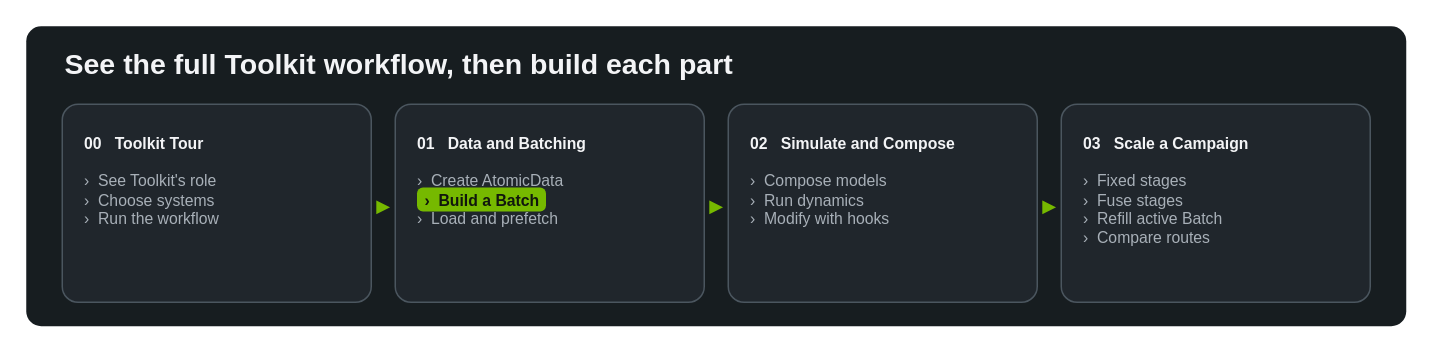
openhackathons-org/ALCHEMI-Bootcamp keeps this draw.io diagram as page "Module 01 Batch" (3 of 11) of notebooks/00-core-playbook/assets/course-roadmap-core.drawio. Above is the earlier version. Source tidied: cells renumbered, new cells numbered last; positions are measured from the earlier drawing's top-left corner, leaving out a move shared by most shapes. Both pictures are drawn from the tidied source at 150%, with x=0, y=0 at pixel (26, 26).
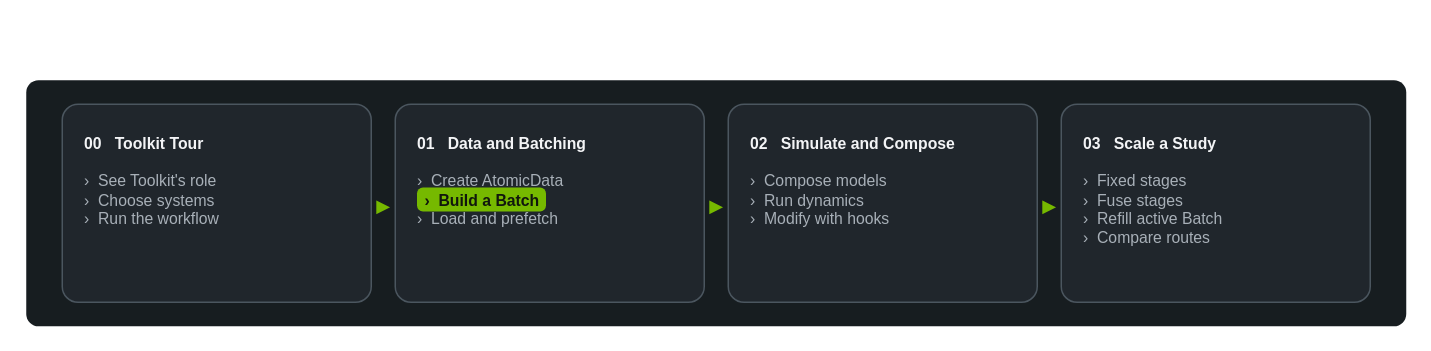
After the change.

Diff of the diagram source:
```diff
@@
 <mxGraphModel>
   <root>
     <mxCell id="0" />
     <mxCell id="1" parent="0" />
     <mxCell id="2" style="rounded=1;whiteSpace=wrap;html=1;arcSize=5;fillColor=#171D20;strokeColor=none;" parent="1" vertex="1">
-      <mxGeometry width="920" height="200" as="geometry" />
+      <mxGeometry y="36" width="920" height="164" as="geometry" />
     </mxCell>
-    <mxCell id="3" value="See the full Toolkit workflow, then build each part" style="text;html=1;strokeColor=none;fillColor=none;align=left;verticalAlign=middle;fontFamily=NVIDIA Sans;fontSize=19;fontStyle=1;fontColor=#F3F4F6;" parent="1" vertex="1">
-      <mxGeometry x="24" y="12" width="700" height="28" as="geometry" />
-    </mxCell>
     <mxCell id="4" value="&lt;b style=&quot;color:#F3F4F6;&quot;&gt;00&amp;nbsp;&amp;nbsp; Toolkit Tour&lt;/b&gt;&lt;br&gt;&lt;br&gt;›&amp;nbsp; See Toolkit's role&lt;br&gt;›&amp;nbsp; Choose systems&lt;br&gt;›&amp;nbsp; Run the workflow" style="rounded=1;whiteSpace=wrap;html=1;arcSize=8;fillColor=#20262C;strokeColor=#4B565F;fontColor=#A8B0B8;fontFamily=NVIDIA Sans;fontSize=10.5;align=left;verticalAlign=top;spacingTop=13;spacingLeft=13;" parent="1" vertex="1">
       <mxGeometry x="24" y="52" width="206" height="132" as="geometry" />
     </mxCell>
     <mxCell id="5" value="&lt;b style=&quot;color:#F3F4F6;&quot;&gt;01&amp;nbsp;&amp;nbsp; Data and Batching&lt;/b&gt;&lt;br&gt;&lt;br&gt;›&amp;nbsp; Create AtomicData&lt;br&gt;&lt;span style=&quot;background-color:#76B900;color:#11170D;padding:2px 5px;border-radius:4px;font-weight:700;&quot;&gt;›&amp;nbsp; Build a Batch&lt;/span&gt;&lt;br&gt;›&amp;nbsp; Load and prefetch" style="rounded=1;whiteSpace=wrap;html=1;arcSize=8;fillColor=#20262C;strokeColor=#4B565F;fontColor=#A8B0B8;fontFamily=NVIDIA Sans;fontSize=10.5;align=left;verticalAlign=top;spacingTop=13;spacingLeft=13;" parent="1" vertex="1">
       <mxGeometry x="246" y="52" width="206" height="132" as="geometry" />
     </mxCell>
     <mxCell id="6" value="&lt;b style=&quot;color:#F3F4F6;&quot;&gt;02&amp;nbsp;&amp;nbsp; Simulate and Compose&lt;/b&gt;&lt;br&gt;&lt;br&gt;›&amp;nbsp; Compose models&lt;br&gt;›&amp;nbsp; Run dynamics&lt;br&gt;›&amp;nbsp; Modify with hooks" style="rounded=1;whiteSpace=wrap;html=1;arcSize=8;fillColor=#20262C;strokeColor=#4B565F;fontColor=#A8B0B8;fontFamily=NVIDIA Sans;fontSize=10.5;align=left;verticalAlign=top;spacingTop=13;spacingLeft=13;" parent="1" vertex="1">
       <mxGeometry x="468" y="52" width="206" height="132" as="geometry" />
     </mxCell>
-    <mxCell id="7" value="&lt;b style=&quot;color:#F3F4F6;&quot;&gt;03&amp;nbsp;&amp;nbsp; Scale a Campaign&lt;/b&gt;&lt;br&gt;&lt;br&gt;›&amp;nbsp; Fixed stages&lt;br&gt;›&amp;nbsp; Fuse stages&lt;br&gt;›&amp;nbsp; Refill active Batch&lt;br&gt;›&amp;nbsp; Compare routes" style="rounded=1;whiteSpace=wrap;html=1;arcSize=8;fillColor=#20262C;strokeColor=#4B565F;fontColor=#A8B0B8;fontFamily=NVIDIA Sans;fontSize=10.5;align=left;verticalAlign=top;spacingTop=13;spacingLeft=13;" parent="1" vertex="1">
+    <mxCell id="7" value="&lt;b style=&quot;color:#F3F4F6;&quot;&gt;03&amp;nbsp;&amp;nbsp; Scale a Study&lt;/b&gt;&lt;br&gt;&lt;br&gt;›&amp;nbsp; Fixed stages&lt;br&gt;›&amp;nbsp; Fuse stages&lt;br&gt;›&amp;nbsp; Refill active Batch&lt;br&gt;›&amp;nbsp; Compare routes" style="rounded=1;whiteSpace=wrap;html=1;arcSize=8;fillColor=#20262C;strokeColor=#4B565F;fontColor=#A8B0B8;fontFamily=NVIDIA Sans;fontSize=10.5;align=left;verticalAlign=top;spacingTop=13;spacingLeft=13;" parent="1" vertex="1">
       <mxGeometry x="690" y="52" width="206" height="132" as="geometry" />
     </mxCell>
     <mxCell id="8" value="▶" style="text;html=1;strokeColor=none;fillColor=none;align=center;verticalAlign=middle;fontFamily=Arial;fontSize=12;fontColor=#76B900;" parent="1" vertex="1">
       <mxGeometry x="231" y="108" width="14" height="24" as="geometry" />
     </mxCell>
     <mxCell id="9" value="▶" style="text;html=1;strokeColor=none;fillColor=none;align=center;verticalAlign=middle;fontFamily=Arial;fontSize=12;fontColor=#76B900;" parent="1" vertex="1">
       <mxGeometry x="453" y="108" width="14" height="24" as="geometry" />
     </mxCell>
     <mxCell id="10" value="▶" style="text;html=1;strokeColor=none;fillColor=none;align=center;verticalAlign=middle;fontFamily=Arial;fontSize=12;fontColor=#76B900;" parent="1" vertex="1">
       <mxGeometry x="675" y="108" width="14" height="24" as="geometry" />
     </mxCell>
   </root>
 </mxGraphModel>
```
